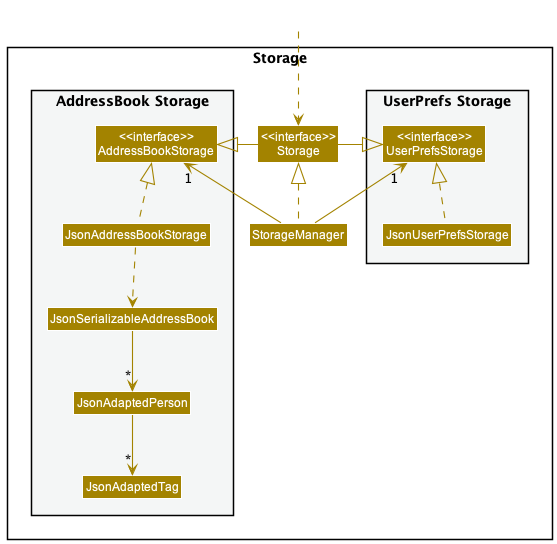
The PlantUML diagram docs/images/StorageClassDiagram.png in nus-cs2103-AY2223S2/tp, before a commit.
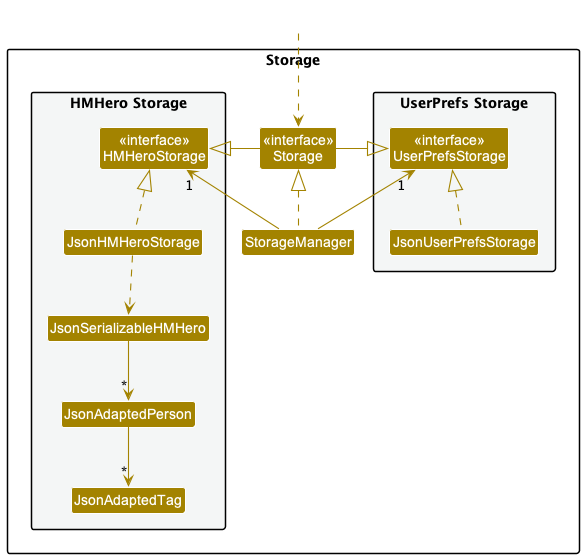
Later version of the same file.

Commit message:
Update DG: Design, Architecture, UI, Logic

The edit, as a diff of the source:
```diff
@@ -11,13 +11,13 @@
 Class JsonUserPrefsStorage
 }
 
-Class "<<interface>>\nStorage" as Storage
+Class "<<interface>>\nStorage" as Storage1
 Class StorageManager
 
-package "AddressBook Storage" #F4F6F6{
-Class "<<interface>>\nAddressBookStorage" as AddressBookStorage
-Class JsonAddressBookStorage
-Class JsonSerializableAddressBook
+package "HMHero Storage" #F4F6F6{
+Class "<<interface>>\nHMHeroStorage" as HMHeroStorage
+Class JsonHMHeroStorage
+Class JsonSerializableHMHero
 Class JsonAdaptedPerson
 Class JsonAdaptedTag
 }
@@ -25,19 +25,20 @@
 }
 
 Class HiddenOutside #FFFFFF
-HiddenOutside ..> Storage
+HiddenOutside ..> Storage1
 
-StorageManager .up.|> Storage
+
+StorageManager .up.|> Storage1
 StorageManager -up-> "1" UserPrefsStorage
-StorageManager -up-> "1" AddressBookStorage
+StorageManager -up-> "1" HMHeroStorage
 
-Storage -left-|> UserPrefsStorage
-Storage -right-|> AddressBookStorage
+Storage1 -left-|> UserPrefsStorage
+Storage1 -right-|> HMHeroStorage
 
 JsonUserPrefsStorage .up.|> UserPrefsStorage
-JsonAddressBookStorage .up.|> AddressBookStorage
-JsonAddressBookStorage ..> JsonSerializableAddressBook
-JsonSerializableAddressBook --> "*" JsonAdaptedPerson
+JsonHMHeroStorage .up.|> HMHeroStorage
+JsonHMHeroStorage ..> JsonSerializableHMHero
+JsonSerializableHMHero --> "*" JsonAdaptedPerson
 JsonAdaptedPerson --> "*" JsonAdaptedTag
 
 @enduml
```
